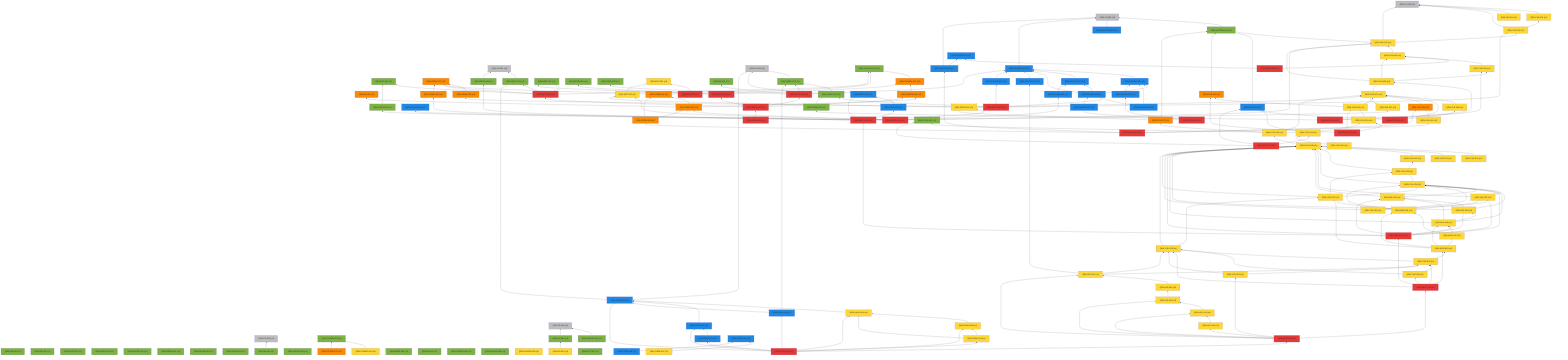
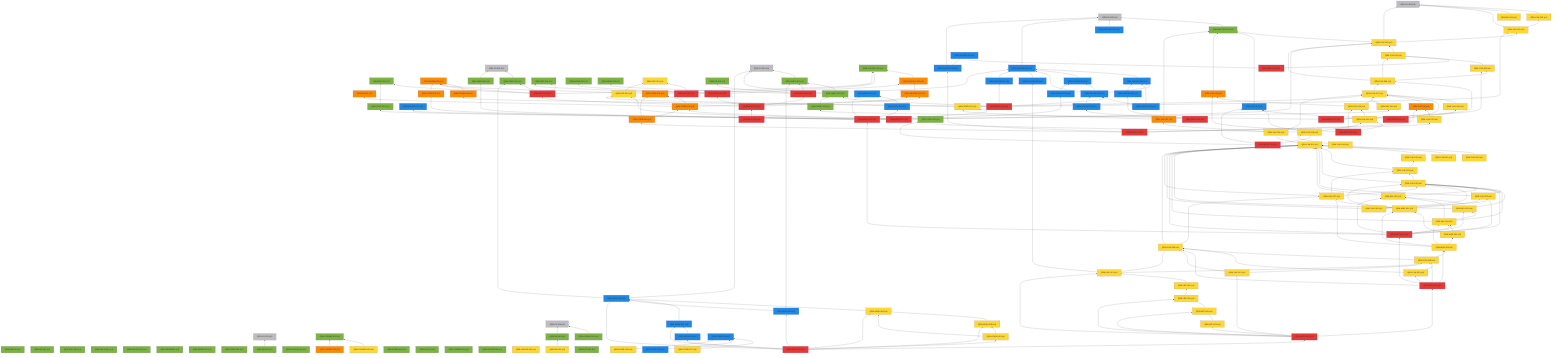
%% 自動生成 (dag/report.pl) — QRN 主張依存グラフ
graph BT
  QRN_C0_001["QRN-C0-001 (c0)"]:::c0
  QRN_C0_002["QRN-C0-002 (c0)"]:::c0
  QRN_C0_003["QRN-C0-003 (c0)"]:::c0
  QRN_C0_004["QRN-C0-004 (c0)"]:::c0
  QRN_C0_005["QRN-C0-005 (c0)"]:::c0
  QRN_C0_006["QRN-C0-006 (c0)"]:::c0
  QRN_QM_001["QRN-QM-001 (c1)"]:::c1
  QRN_GR_001["QRN-GR-001 (c1)"]:::c1
  QRN_STAT_001["QRN-STAT-001 (c1)"]:::c1
  QRN_FIELD_001["QRN-FIELD-001 (c1)"]:::c1
  QRN_GAUGE_001["QRN-GAUGE-001 (c1)"]:::c1
  QRN_ENT_001["QRN-ENT-001 (c1)"]:::c1
  QRN_GEOM_001["QRN-GEOM-001 (c1)"]:::c1
  QRN_GEOM_002["QRN-GEOM-002 (c1)"]:::c1
  QRN_GEOM_003["QRN-GEOM-003 (c3)"]:::c3
  QRN_GRAV_001["QRN-GRAV-001 (c1)"]:::c1
  QRN_GRAV_002["QRN-GRAV-002 (c1)"]:::c1
  QRN_BH_001["QRN-BH-001 (c1)"]:::c1
  QRN_CAUSAL_001["QRN-CAUSAL-001 (c1)"]:::c1
  QRN_CAUSAL_002["QRN-CAUSAL-002 (c3)"]:::c3
  QRN_ER_001["QRN-ER-001 (c3)"]:::c3
  QRN_QEC_001["QRN-QEC-001 (c1)"]:::c1
  QRN_GAUGE_002["QRN-GAUGE-002 (c1)"]:::c1
  QRN_COSMO_001["QRN-COSMO-001 (c1)"]:::c1
  QRN_COSMO_002["QRN-COSMO-002 (c4)"]:::c4
  QRN_COSMO_003["QRN-COSMO-003 (c3)"]:::c3
  QRN_BORN_001["QRN-BORN-001 (c1)"]:::c1
  QRN_BORN_002["QRN-BORN-002 (c1)"]:::c1
  QRN_GRAV_003["QRN-GRAV-003 (c1)"]:::c1
  QRN_KK_001["QRN-KK-001 (c1)"]:::c1
  QRN_MATTER_001["QRN-MATTER-001 (c1)"]:::c1
  QRN_MATTER_002["QRN-MATTER-002 (c2)"]:::c2
  QRN_COSMO_004["QRN-COSMO-004 (c1)"]:::c1
  QRN_EXP_001["QRN-EXP-001 (c4)"]:::c4
  QRN_GAUGE_003["QRN-GAUGE-003 (c2)"]:::c2
  QRN_GAUGE_004["QRN-GAUGE-004 (c1)"]:::c1
  QRN_GAUGE_005["QRN-GAUGE-005 (c4)"]:::c4
  QRN_YUK_001["QRN-YUK-001 (c4)"]:::c4
  QRN_RG_001["QRN-RG-001 (c1)"]:::c1
  QRN_UNRUH_001["QRN-UNRUH-001 (c1)"]:::c1
  QRN_QNEC_001["QRN-QNEC-001 (c1)"]:::c1
  QRN_NU_001["QRN-NU-001 (c4)"]:::c4
  QRN_GAUGE_006["QRN-GAUGE-006 (c2)"]:::c2
  QRN_DS_001["QRN-DS-001 (c1)"]:::c1
  QRN_DS_002["QRN-DS-002 (c4)"]:::c4
  QRN_ARROW_001["QRN-ARROW-001 (c3)"]:::c3
  QRN_GAUGE_007["QRN-GAUGE-007 (c2)"]:::c2
  QRN_EFT_001["QRN-EFT-001 (c1)"]:::c1
  QRN_GAUGE_008["QRN-GAUGE-008 (c2)"]:::c2
  QRN_GAUGE_009["QRN-GAUGE-009 (c2)"]:::c2
  QRN_GAUGE_010["QRN-GAUGE-010 (c2)"]:::c2
  QRN_QNEC_002["QRN-QNEC-002 (c1)"]:::c1
  QRN_GEOM_004["QRN-GEOM-004 (c3)"]:::c3
  QRN_YUK_002["QRN-YUK-002 (c4)"]:::c4
  QRN_EXP_002["QRN-EXP-002 (c5)"]:::c5
  QRN_CORE_001["QRN-CORE-001 (c3)"]:::c3
  QRN_GAUGE_011["QRN-GAUGE-011 (c2)"]:::c2
  QRN_GAUGE_012["QRN-GAUGE-012 (c2)"]:::c2
  QRN_YUK_003["QRN-YUK-003 (c4)"]:::c4
  QRN_EXP_003["QRN-EXP-003 (c4)"]:::c4
  QRN_CORE_002["QRN-CORE-002 (c3)"]:::c3
  QRN_GAUGE_013["QRN-GAUGE-013 (c2)"]:::c2
  QRN_YUK_004["QRN-YUK-004 (c4)"]:::c4
  QRN_GAUGE_014["QRN-GAUGE-014 (c2)"]:::c2
  QRN_META_001["QRN-META-001 (c5)"]:::c5
  QRN_META_002["QRN-META-002 (c5)"]:::c5
  QRN_META_003["QRN-META-003 (c5)"]:::c5
  QRN_META_004["QRN-META-004 (c5)"]:::c5
  QRN_META_005["QRN-META-005 (c5)"]:::c5
  QRN_META_006["QRN-META-006 (c5)"]:::c5
  QRN_META_007["QRN-META-007 (c5)"]:::c5
  QRN_META_008["QRN-META-008 (c5)"]:::c5
  QRN_YUK_005["QRN-YUK-005 (c4)"]:::c4
  QRN_YUK_006["QRN-YUK-006 (c4)"]:::c4
  QRN_CORE_003["QRN-CORE-003 (c1)"]:::c1
  QRN_META_009["QRN-META-009 (c5)"]:::c5
  QRN_YUK_007["QRN-YUK-007 (c4)"]:::c4
  QRN_YUK_008["QRN-YUK-008 (c4)"]:::c4
  QRN_YUK_009["QRN-YUK-009 (c2)"]:::c2
  QRN_META_010["QRN-META-010 (c5)"]:::c5
  QRN_GAUGE_015["QRN-GAUGE-015 (c2)"]:::c2
  QRN_YUK_010["QRN-YUK-010 (c3)"]:::c3
  QRN_YUK_011["QRN-YUK-011 (c4)"]:::c4
  QRN_CORE_004["QRN-CORE-004 (c3)"]:::c3
  QRN_META_011["QRN-META-011 (c5)"]:::c5
  QRN_YUK_012["QRN-YUK-012 (c3)"]:::c3
  QRN_YUK_013["QRN-YUK-013 (c4)"]:::c4
  QRN_YUK_014["QRN-YUK-014 (c4)"]:::c4
  QRN_META_012["QRN-META-012 (c5)"]:::c5
  QRN_TOOL_001["QRN-TOOL-001 (c1)"]:::c1
  QRN_YUK_015["QRN-YUK-015 (c4)"]:::c4
  QRN_META_013["QRN-META-013 (c5)"]:::c5
  QRN_GAUGE_016["QRN-GAUGE-016 (c2)"]:::c2
  QRN_GAUGE_017["QRN-GAUGE-017 (c2)"]:::c2
  QRN_META_014["QRN-META-014 (c5)"]:::c5
  QRN_META_015["QRN-META-015 (c2)"]:::c2
  QRN_TOOL_002["QRN-TOOL-002 (c2)"]:::c2
  QRN_CORE_005["QRN-CORE-005 (c3)"]:::c3
  QRN_CONT_001["QRN-CONT-001 (c1)"]:::c1
  QRN_SEL_001["QRN-SEL-001 (c4)"]:::c4
  QRN_GRAV_004["QRN-GRAV-004 (c1)"]:::c1
  QRN_PRED_001["QRN-PRED-001 (c4)"]:::c4
  QRN_META_016["QRN-META-016 (c5)"]:::c5
  QRN_YUK_016["QRN-YUK-016 (c4)"]:::c4
  QRN_YUK_017["QRN-YUK-017 (c3)"]:::c3
  QRN_YUK_018["QRN-YUK-018 (c4)"]:::c4
  QRN_YUK_019["QRN-YUK-019 (c4)"]:::c4
  QRN_YUK_020["QRN-YUK-020 (c4)"]:::c4
  QRN_YUK_021["QRN-YUK-021 (c4)"]:::c4
  QRN_YUK_022["QRN-YUK-022 (c4)"]:::c4
  QRN_YUK_023["QRN-YUK-023 (c4)"]:::c4
  QRN_YUK_024["QRN-YUK-024 (c4)"]:::c4
  QRN_YUK_025["QRN-YUK-025 (c4)"]:::c4
  QRN_SEL_002["QRN-SEL-002 (c4)"]:::c4
  QRN_SEL_003["QRN-SEL-003 (c4)"]:::c4
  QRN_SEL_004["QRN-SEL-004 (c4)"]:::c4
  QRN_META_017["QRN-META-017 (c5)"]:::c5
  QRN_YUK_026["QRN-YUK-026 (c4)"]:::c4
  QRN_YUK_027["QRN-YUK-027 (c4)"]:::c4
  QRN_MSR_001["QRN-MSR-001 (c4)"]:::c4
  QRN_MSR_002["QRN-MSR-002 (c4)"]:::c4
  QRN_MSR_003["QRN-MSR-003 (c4)"]:::c4
  QRN_YUK_028["QRN-YUK-028 (c4)"]:::c4
  QRN_YUK_029["QRN-YUK-029 (c4)"]:::c4
  QRN_YUK_030["QRN-YUK-030 (c4)"]:::c4
  QRN_META_018["QRN-META-018 (c5)"]:::c5
  QRN_YUK_031["QRN-YUK-031 (c4)"]:::c4
  QRN_LEP_001["QRN-LEP-001 (c4)"]:::c4
  QRN_LEP_002["QRN-LEP-002 (c4)"]:::c4
  QRN_LEP_003["QRN-LEP-003 (c4)"]:::c4
  QRN_LEP_004["QRN-LEP-004 (c4)"]:::c4
  QRN_LEP_005["QRN-LEP-005 (c4)"]:::c4
  QRN_META_019["QRN-META-019 (c5)"]:::c5
  QRN_GRAV_005["QRN-GRAV-005 (c2)"]:::c2
  QRN_GRAV_006["QRN-GRAV-006 (c4)"]:::c4
  QRN_GRAV_007["QRN-GRAV-007 (c2)"]:::c2
  QRN_GRAV_008["QRN-GRAV-008 (c4)"]:::c4
  QRN_GRAV_009["QRN-GRAV-009 (c2)"]:::c2
  QRN_GRAV_010["QRN-GRAV-010 (c4)"]:::c4
  QRN_GRAV_011["QRN-GRAV-011 (c2)"]:::c2
  QRN_META_020["QRN-META-020 (c5)"]:::c5
  QRN_CORE_006["QRN-CORE-006 (c2)"]:::c2
  QRN_CORE_007["QRN-CORE-007 (c4)"]:::c4
  QRN_CORE_008["QRN-CORE-008 (c2)"]:::c2
+   QRN_CORE_009["QRN-CORE-009 (c4)"]:::c4
  QRN_GRAV_001 --> QRN_C0_001
  QRN_BH_001 --> QRN_C0_003
  QRN_CAUSAL_002 --> QRN_CAUSAL_001
  QRN_COSMO_002 --> QRN_COSMO_001
  QRN_COSMO_003 --> QRN_COSMO_001
  QRN_MATTER_001 --> QRN_C0_005
  QRN_MATTER_002 --> QRN_C0_005
  QRN_GAUGE_003 --> QRN_C0_005
  QRN_YUK_001 --> QRN_C0_006
  QRN_UNRUH_001 --> QRN_C0_004
  QRN_QNEC_001 --> QRN_C0_002
  QRN_NU_001 --> QRN_C0_006
  QRN_GAUGE_006 --> QRN_GAUGE_003
  QRN_DS_001 --> QRN_C0_004
  QRN_DS_002 --> QRN_DS_001
  QRN_ARROW_001 --> QRN_CAUSAL_002
  QRN_GAUGE_007 --> QRN_GAUGE_003
  QRN_GAUGE_008 --> QRN_GAUGE_003
  QRN_GAUGE_008 --> QRN_GAUGE_006
  QRN_GAUGE_008 --> QRN_GAUGE_007
  QRN_GAUGE_009 --> QRN_GAUGE_003
  QRN_GAUGE_010 --> QRN_GAUGE_006
  QRN_GAUGE_010 --> QRN_GAUGE_008
  QRN_QNEC_002 --> QRN_C0_002
  QRN_QNEC_002 --> QRN_QNEC_001
  QRN_GEOM_004 --> QRN_GEOM_003
  QRN_YUK_002 --> QRN_C0_006
  QRN_YUK_002 --> QRN_YUK_001
  QRN_EXP_002 --> QRN_EXP_001
  QRN_CORE_001 --> QRN_GEOM_003
  QRN_CORE_001 --> QRN_CAUSAL_001
  QRN_GAUGE_011 --> QRN_GAUGE_003
  QRN_YUK_003 --> QRN_C0_006
  QRN_YUK_003 --> QRN_MATTER_001
  QRN_YUK_003 --> QRN_YUK_002
  QRN_EXP_003 --> QRN_EXP_001
  QRN_CORE_002 --> QRN_CORE_001
  QRN_CORE_002 --> QRN_ER_001
  QRN_CORE_002 --> QRN_ARROW_001
  QRN_GAUGE_013 --> QRN_GAUGE_007
  QRN_YUK_004 --> QRN_YUK_003
  QRN_META_001 --> QRN_GEOM_003
  QRN_META_001 --> QRN_GRAV_001
  QRN_META_001 --> QRN_CAUSAL_001
  QRN_META_001 --> QRN_QEC_001
  QRN_META_001 --> QRN_ENT_001
  QRN_META_002 --> QRN_QEC_001
  QRN_META_002 --> QRN_BORN_001
  QRN_META_002 --> QRN_CAUSAL_002
  QRN_META_003 --> QRN_GAUGE_003
  QRN_META_003 --> QRN_RG_001
  QRN_META_003 --> QRN_QNEC_001
  QRN_META_003 --> QRN_GRAV_003
  QRN_META_004 --> QRN_META_001
  QRN_META_004 --> QRN_META_002
  QRN_META_004 --> QRN_META_003
  QRN_META_004 --> QRN_ARROW_001
  QRN_META_005 --> QRN_META_004
  QRN_META_006 --> QRN_GAUGE_008
  QRN_META_006 --> QRN_QNEC_002
  QRN_META_006 --> QRN_GEOM_004
  QRN_META_006 --> QRN_YUK_002
  QRN_META_006 --> QRN_GAUGE_011
  QRN_META_007 --> QRN_GAUGE_012
  QRN_META_007 --> QRN_YUK_003
  QRN_META_007 --> QRN_EXP_003
  QRN_META_007 --> QRN_CORE_002
  QRN_META_007 --> QRN_GAUGE_013
  QRN_META_008 --> QRN_YUK_004
  QRN_META_008 --> QRN_GAUGE_014
  QRN_YUK_005 --> QRN_YUK_004
  QRN_YUK_006 --> QRN_YUK_003
  QRN_YUK_006 --> QRN_YUK_004
  QRN_YUK_006 --> QRN_YUK_005
  QRN_CORE_003 --> QRN_QNEC_002
  QRN_META_009 --> QRN_YUK_005
  QRN_META_009 --> QRN_YUK_006
  QRN_META_009 --> QRN_CORE_003
  QRN_YUK_007 --> QRN_YUK_006
  QRN_YUK_008 --> QRN_YUK_007
  QRN_YUK_009 --> QRN_MATTER_001
  QRN_META_010 --> QRN_YUK_007
  QRN_META_010 --> QRN_YUK_008
  QRN_META_010 --> QRN_YUK_009
  QRN_GAUGE_015 --> QRN_C0_005
  QRN_GAUGE_015 --> QRN_GAUGE_014
  QRN_YUK_010 --> QRN_YUK_007
  QRN_YUK_011 --> QRN_YUK_010
  QRN_CORE_004 --> QRN_CORE_001
  QRN_CORE_004 --> QRN_CORE_002
  QRN_META_011 --> QRN_GAUGE_015
  QRN_META_011 --> QRN_YUK_010
  QRN_META_011 --> QRN_YUK_011
  QRN_META_011 --> QRN_CORE_004
  QRN_YUK_012 --> QRN_MATTER_001
  QRN_YUK_013 --> QRN_YUK_012
  QRN_YUK_013 --> QRN_YUK_007
  QRN_YUK_014 --> QRN_YUK_013
  QRN_META_012 --> QRN_YUK_012
  QRN_META_012 --> QRN_YUK_013
  QRN_META_012 --> QRN_YUK_014
  QRN_YUK_015 --> QRN_YUK_014
  QRN_YUK_015 --> QRN_TOOL_001
  QRN_YUK_015 --> QRN_YUK_009
  QRN_META_013 --> QRN_YUK_015
  QRN_META_013 --> QRN_TOOL_001
  QRN_META_013 --> QRN_YUK_009
  QRN_GAUGE_016 --> QRN_GAUGE_006
  QRN_GAUGE_017 --> QRN_GAUGE_008
  QRN_META_014 --> QRN_GAUGE_016
  QRN_META_014 --> QRN_GAUGE_017
  QRN_TOOL_002 --> QRN_META_015
  QRN_CORE_005 --> QRN_GEOM_003
  QRN_CONT_001 --> QRN_ENT_001
  QRN_SEL_001 --> QRN_YUK_007
  QRN_GRAV_004 --> QRN_C0_001
  QRN_PRED_001 --> QRN_YUK_007
  QRN_PRED_001 --> QRN_EXP_003
  QRN_META_016 --> QRN_META_015
  QRN_META_016 --> QRN_TOOL_002
  QRN_META_016 --> QRN_CORE_005
  QRN_META_016 --> QRN_CONT_001
  QRN_META_016 --> QRN_SEL_001
  QRN_META_016 --> QRN_GRAV_004
  QRN_META_016 --> QRN_PRED_001
  QRN_YUK_016 --> QRN_YUK_015
  QRN_YUK_017 --> QRN_MATTER_001
  QRN_YUK_017 --> QRN_PRED_001
  QRN_YUK_018 --> QRN_YUK_017
  QRN_YUK_018 --> QRN_YUK_007
  QRN_YUK_019 --> QRN_YUK_018
  QRN_YUK_020 --> QRN_YUK_019
  QRN_YUK_021 --> QRN_YUK_019
  QRN_YUK_022 --> QRN_YUK_019
  QRN_YUK_023 --> QRN_YUK_019
  QRN_YUK_023 --> QRN_YUK_022
  QRN_YUK_024 --> QRN_YUK_019
  QRN_YUK_024 --> QRN_YUK_023
  QRN_YUK_025 --> QRN_YUK_019
  QRN_YUK_025 --> QRN_YUK_024
  QRN_SEL_002 --> QRN_YUK_019
  QRN_SEL_002 --> QRN_YUK_024
  QRN_SEL_003 --> QRN_YUK_019
  QRN_SEL_003 --> QRN_YUK_024
  QRN_SEL_003 --> QRN_SEL_002
  QRN_SEL_004 --> QRN_YUK_019
  QRN_SEL_004 --> QRN_YUK_024
  QRN_SEL_004 --> QRN_SEL_002
  QRN_SEL_004 --> QRN_SEL_003
  QRN_META_017 --> QRN_META_016
  QRN_META_017 --> QRN_YUK_019
  QRN_META_017 --> QRN_YUK_024
  QRN_META_017 --> QRN_YUK_025
  QRN_META_017 --> QRN_SEL_002
  QRN_META_017 --> QRN_SEL_003
  QRN_META_017 --> QRN_SEL_004
  QRN_YUK_026 --> QRN_YUK_019
  QRN_YUK_026 --> QRN_YUK_024
  QRN_YUK_026 --> QRN_YUK_025
  QRN_YUK_027 --> QRN_YUK_019
  QRN_YUK_027 --> QRN_YUK_023
  QRN_YUK_027 --> QRN_YUK_024
  QRN_MSR_001 --> QRN_YUK_024
  QRN_MSR_001 --> QRN_YUK_025
  QRN_MSR_001 --> QRN_YUK_027
  QRN_MSR_002 --> QRN_SEL_004
  QRN_MSR_002 --> QRN_MSR_001
  QRN_MSR_003 --> QRN_MSR_001
  QRN_MSR_003 --> QRN_MSR_002
  QRN_MSR_003 --> QRN_SEL_004
  QRN_MSR_003 --> QRN_YUK_027
  QRN_YUK_028 --> QRN_YUK_019
  QRN_YUK_028 --> QRN_YUK_027
  QRN_YUK_029 --> QRN_YUK_028
  QRN_YUK_029 --> QRN_MSR_003
  QRN_YUK_030 --> QRN_YUK_028
  QRN_YUK_030 --> QRN_YUK_029
  QRN_META_018 --> QRN_META_017
  QRN_META_018 --> QRN_MSR_003
  QRN_META_018 --> QRN_YUK_028
  QRN_META_018 --> QRN_YUK_029
  QRN_META_018 --> QRN_YUK_030
  QRN_YUK_031 --> QRN_YUK_028
  QRN_YUK_031 --> QRN_YUK_029
  QRN_LEP_001 --> QRN_YUK_028
  QRN_LEP_001 --> QRN_YUK_029
  QRN_LEP_001 --> QRN_GAUGE_009
  QRN_LEP_002 --> QRN_LEP_001
  QRN_LEP_003 --> QRN_LEP_002
  QRN_LEP_004 --> QRN_LEP_003
  QRN_LEP_005 --> QRN_LEP_004
  QRN_META_019 --> QRN_META_018
  QRN_META_019 --> QRN_YUK_031
  QRN_META_019 --> QRN_LEP_001
  QRN_META_019 --> QRN_LEP_003
  QRN_META_019 --> QRN_LEP_004
  QRN_META_019 --> QRN_LEP_005
  QRN_GRAV_005 --> QRN_C0_002
  QRN_GRAV_005 --> QRN_GRAV_001
  QRN_GRAV_006 --> QRN_GRAV_005
  QRN_GRAV_007 --> QRN_GRAV_005
  QRN_GRAV_008 --> QRN_GRAV_006
  QRN_GRAV_009 --> QRN_GRAV_005
  QRN_GRAV_009 --> QRN_QNEC_001
  QRN_GRAV_010 --> QRN_GRAV_006
  QRN_GRAV_010 --> QRN_GRAV_008
  QRN_GRAV_011 --> QRN_GRAV_007
  QRN_META_020 --> QRN_META_019
  QRN_META_020 --> QRN_GRAV_005
  QRN_META_020 --> QRN_GRAV_006
  QRN_META_020 --> QRN_GRAV_007
  QRN_META_020 --> QRN_GRAV_008
  QRN_META_020 --> QRN_GRAV_009
  QRN_META_020 --> QRN_GRAV_010
  QRN_META_020 --> QRN_GRAV_011
  QRN_CORE_007 --> QRN_CORE_006
  QRN_CORE_008 --> QRN_CORE_006
+   QRN_CORE_009 --> QRN_CORE_006
  classDef c0 fill:#bdbdbd
  classDef c1 fill:#7cb342
  classDef c2 fill:#1e88e5
  classDef c3 fill:#fb8c00
  classDef c4 fill:#fdd835
  classDef c5 fill:#e53935
